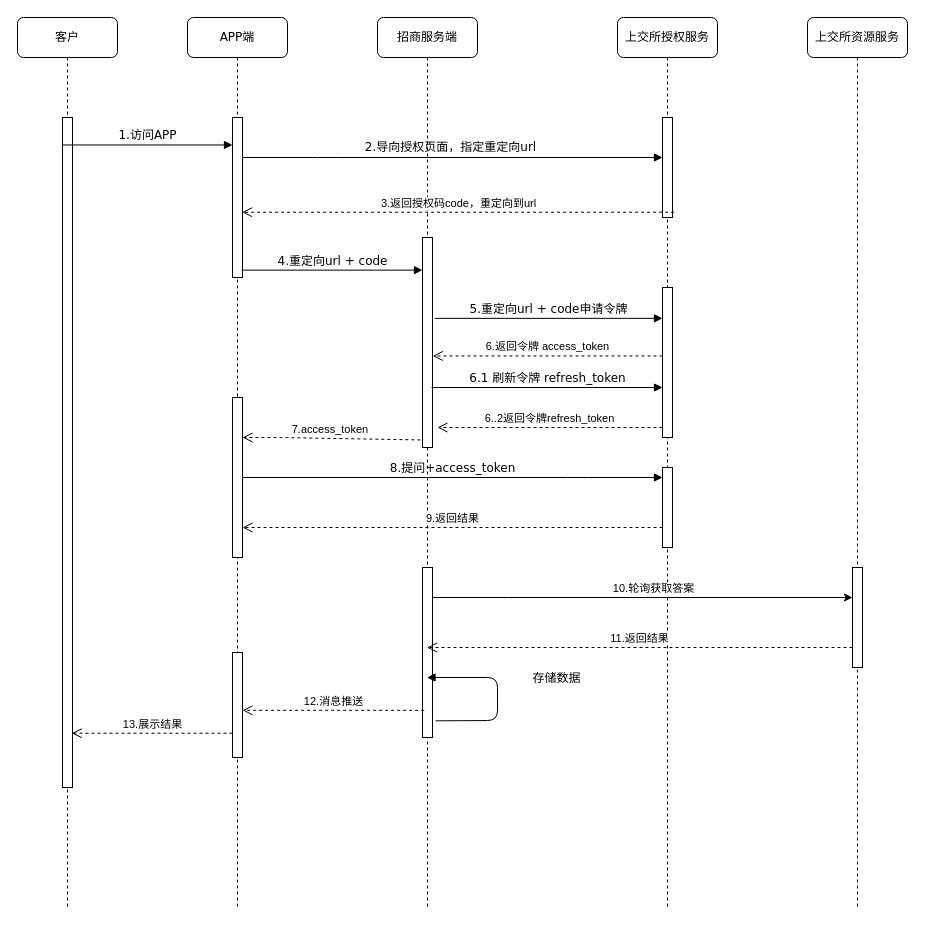
Above: auth2.drawio in jlwuleo/test-blog (draw.io), before the change. Source tidied: cells renumbered, new cells numbered last; positions are measured from the earlier drawing's top-left corner, leaving out a move shared by most shapes. Both pictures are drawn from the tidied source at 100%, with x=0, y=0 at pixel (17, 17).
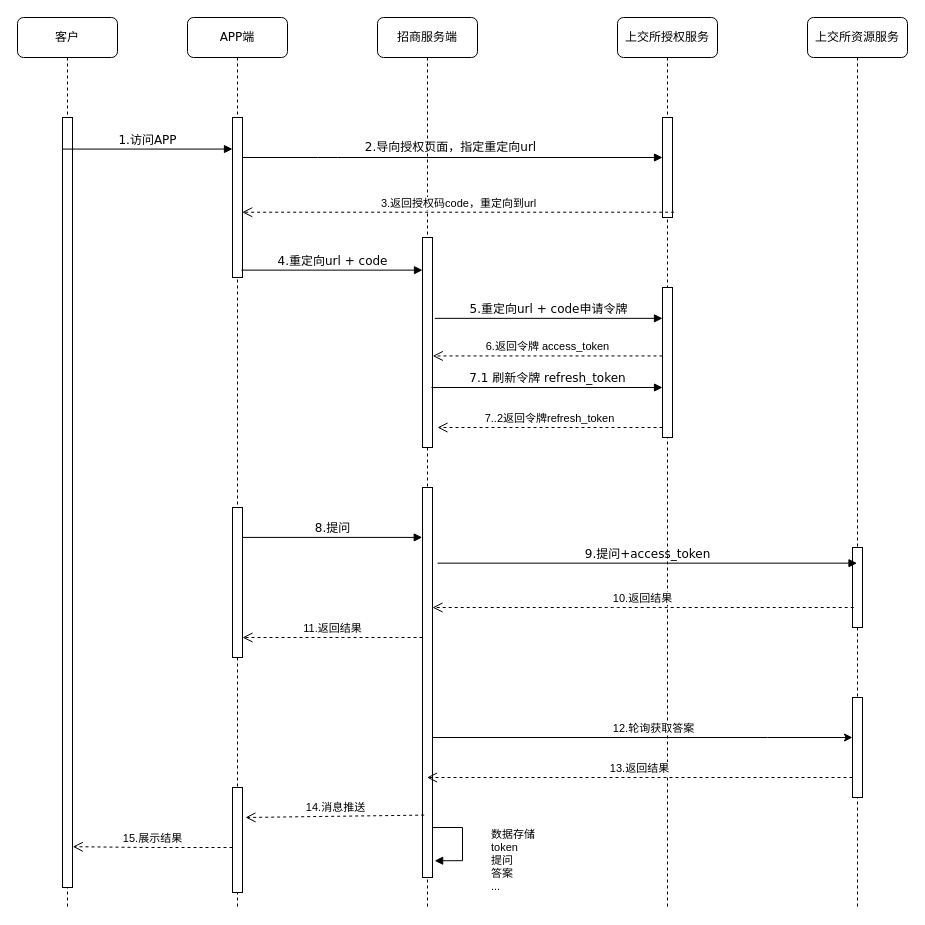
The same diagram, later.

Unchanged cells that the change refers to:
```xml
<mxCell id="2" value="APP端" style="shape=umlLifeline;perimeter=lifelinePerimeter;whiteSpace=wrap;html=1;rounded=1;shadow=0;comic=0;labelBackgroundColor=none;strokeWidth=1;fontFamily=Verdana;fontSize=12;align=center;" parent="1" vertex="1">
  <mxGeometry x="170" width="100" height="890" as="geometry" />
</mxCell>
<mxCell id="5" value="招商服务端" style="shape=umlLifeline;perimeter=lifelinePerimeter;whiteSpace=wrap;html=1;outlineConnect=0;rounded=1;shadow=0;comic=0;labelBackgroundColor=none;strokeWidth=1;fontFamily=Verdana;fontSize=12;align=center;" parent="1" vertex="1">
  <mxGeometry x="360" width="100" height="890" as="geometry" />
</mxCell>
<mxCell id="6" style="html=1;points=[];perimeter=orthogonalPerimeter;rounded=0;shadow=0;comic=0;labelBackgroundColor=none;strokeWidth=1;fontFamily=Verdana;fontSize=12;align=center;" parent="5" vertex="1">
  <mxGeometry x="45" y="220" width="10" height="210" as="geometry" />
</mxCell>
<mxCell id="9" value="上交所授权服务" style="shape=umlLifeline;perimeter=lifelinePerimeter;whiteSpace=wrap;html=1;rounded=1;shadow=0;comic=0;labelBackgroundColor=none;strokeWidth=1;fontFamily=Verdana;fontSize=12;align=center;" parent="1" vertex="1">
  <mxGeometry x="600" width="100" height="890" as="geometry" />
</mxCell>
<mxCell id="11" style="html=1;points=[];perimeter=orthogonalPerimeter;rounded=0;shadow=0;comic=0;labelBackgroundColor=none;strokeWidth=1;fontFamily=Verdana;fontSize=12;align=center;" parent="9" vertex="1">
  <mxGeometry x="45" y="270" width="10" height="150" as="geometry" />
</mxCell>
<mxCell id="13" value="上交所资源服务" style="shape=umlLifeline;perimeter=lifelinePerimeter;whiteSpace=wrap;html=1;outlineConnect=0;rounded=1;shadow=0;comic=0;labelBackgroundColor=none;strokeWidth=1;fontFamily=Verdana;fontSize=12;align=center;" parent="1" vertex="1">
  <mxGeometry x="790" width="100" height="890" as="geometry" />
</mxCell>
<mxCell id="15" value="客户" style="shape=umlLifeline;perimeter=lifelinePerimeter;whiteSpace=wrap;html=1;rounded=1;shadow=0;comic=0;labelBackgroundColor=none;strokeWidth=1;fontFamily=Verdana;fontSize=12;align=center;" parent="1" vertex="1">
  <mxGeometry width="100" height="890" as="geometry" />
</mxCell>
```

Change to the diagram source:
```diff
@@
     <mxCell id="4" style="html=1;points=[];perimeter=orthogonalPerimeter;rounded=0;shadow=0;comic=0;labelBackgroundColor=none;strokeWidth=1;fontFamily=Verdana;fontSize=12;align=center;" parent="2" vertex="1">
-      <mxGeometry x="45" y="380" width="10" height="160" as="geometry" />
+      <mxGeometry x="45" y="490" width="10" height="150" as="geometry" />
     </mxCell>
+    <mxCell id="30" style="html=1;points=[];perimeter=orthogonalPerimeter;rounded=0;shadow=0;comic=0;labelBackgroundColor=none;strokeWidth=1;fontFamily=Verdana;fontSize=12;align=center;" parent="2" vertex="1">
+      <mxGeometry x="45" y="770" width="10" height="105" as="geometry" />
+    </mxCell>
@@
     <mxCell id="7" style="html=1;points=[];perimeter=orthogonalPerimeter;rounded=0;shadow=0;comic=0;labelBackgroundColor=none;strokeWidth=1;fontFamily=Verdana;fontSize=12;align=center;" parent="5" vertex="1">
-      <mxGeometry x="45" y="550" width="10" height="170" as="geometry" />
+      <mxGeometry x="45" y="470" width="10" height="390" as="geometry" />
     </mxCell>
-    <mxCell id="8" value="存储数据" style="html=1;verticalAlign=bottom;endArrow=block;labelBackgroundColor=none;fontFamily=Verdana;fontSize=12;exitX=1.31;exitY=0.902;exitDx=0;exitDy=0;exitPerimeter=0;" parent="5" edge="1" source="7" target="5">
-      <mxGeometry x="-0.3" y="30" relative="1" as="geometry">
-        <Array as="points">
-          <mxPoint x="120" y="703" />
-          <mxPoint x="120" y="660" />
-        </Array>
-        <mxPoint x="60" y="-3" as="offset" />
-      </mxGeometry>
-    </mxCell>
+    <mxCell id="34" value="数据存储&lt;br&gt;token&lt;br&gt;提问&lt;br&gt;答案&lt;br&gt;..." style="edgeStyle=orthogonalEdgeStyle;html=1;align=left;spacingLeft=2;endArrow=block;rounded=0;entryX=1.214;entryY=0.957;entryDx=0;entryDy=0;entryPerimeter=0;" parent="5" edge="1" source="7" target="7">
+      <mxGeometry x="0.39" y="25" relative="1" as="geometry">
+        <Array as="points">
+          <mxPoint x="85" y="810" />
+          <mxPoint x="85" y="843" />
+        </Array>
+        <mxPoint x="25" y="-25" as="offset" />
+      </mxGeometry>
+    </mxCell>
@@
-    <mxCell id="12" style="html=1;points=[];perimeter=orthogonalPerimeter;rounded=0;shadow=0;comic=0;labelBackgroundColor=none;strokeWidth=1;fontFamily=Verdana;fontSize=12;align=center;" parent="9" vertex="1">
-      <mxGeometry x="45" y="450" width="10" height="80" as="geometry" />
-    </mxCell>
@@
     <mxCell id="14" style="html=1;points=[];perimeter=orthogonalPerimeter;rounded=0;shadow=0;comic=0;labelBackgroundColor=none;strokeWidth=1;fontFamily=Verdana;fontSize=12;align=center;" parent="13" vertex="1">
-      <mxGeometry x="45" y="550" width="10" height="100" as="geometry" />
+      <mxGeometry x="45" y="680" width="10" height="100" as="geometry" />
     </mxCell>
+    <mxCell id="35" style="html=1;points=[];perimeter=orthogonalPerimeter;" parent="13" vertex="1">
+      <mxGeometry x="45" y="530" width="10" height="80" as="geometry" />
+    </mxCell>
@@
     <mxCell id="16" style="html=1;points=[];perimeter=orthogonalPerimeter;rounded=0;shadow=0;comic=0;labelBackgroundColor=none;strokeWidth=1;fontFamily=Verdana;fontSize=12;align=center;" parent="15" vertex="1">
-      <mxGeometry x="45" y="100" width="10" height="670" as="geometry" />
+      <mxGeometry x="45" y="100" width="10" height="770" as="geometry" />
     </mxCell>
@@
-    <mxCell id="23" value="7.access_token&amp;nbsp;" style="html=1;verticalAlign=bottom;endArrow=open;dashed=1;endSize=8;exitX=-0.214;exitY=0.964;exitDx=0;exitDy=0;exitPerimeter=0;" parent="1" edge="1" source="6" target="4">
-      <mxGeometry relative="1" as="geometry">
-        <Array as="points">
-          <mxPoint x="260" y="420" />
-        </Array>
-      </mxGeometry>
-    </mxCell>
-    <mxCell id="24" value="8.提问+access_token" style="html=1;verticalAlign=bottom;endArrow=block;labelBackgroundColor=none;fontFamily=Verdana;fontSize=12;" parent="1" edge="1" source="4" target="12">
-      <mxGeometry relative="1" as="geometry">
-        <Array as="points">
-          <mxPoint x="560" y="460" />
-        </Array>
-      </mxGeometry>
+    <mxCell id="24" value="8.提问" style="html=1;verticalAlign=bottom;endArrow=block;labelBackgroundColor=none;fontFamily=Verdana;fontSize=12;entryX=-0.024;entryY=0.128;entryDx=0;entryDy=0;entryPerimeter=0;" parent="1" edge="1" source="4" target="7">
+      <mxGeometry relative="1" as="geometry" />
     </mxCell>
-    <mxCell id="25" value="9.返回结果" style="html=1;verticalAlign=bottom;endArrow=open;dashed=1;endSize=8;" parent="1" edge="1" source="12" target="4">
+    <mxCell id="25" value="11.返回结果" style="html=1;verticalAlign=bottom;endArrow=open;dashed=1;endSize=8;" parent="1" edge="1" source="7" target="4">
       <mxGeometry relative="1" as="geometry">
         <Array as="points">
-          <mxPoint x="395" y="510" />
+          <mxPoint x="370" y="620" />
         </Array>
       </mxGeometry>
     </mxCell>
     <mxCell id="26" style="edgeStyle=orthogonalEdgeStyle;rounded=0;jettySize=auto;html=1;" parent="1" edge="1" source="7" target="14">
       <mxGeometry relative="1" as="geometry">
         <Array as="points">
-          <mxPoint x="490" y="580" />
-          <mxPoint x="490" y="580" />
+          <mxPoint x="750" y="720" />
+          <mxPoint x="750" y="720" />
         </Array>
       </mxGeometry>
     </mxCell>
-    <mxCell id="27" value="10.轮询获取答案" style="edgeLabel;html=1;align=center;verticalAlign=middle;" parent="26" vertex="1">
+    <mxCell id="27" value="12.轮询获取答案" style="edgeLabel;html=1;align=center;verticalAlign=middle;" parent="26" vertex="1">
       <mxGeometry x="0.1" relative="1" as="geometry">
         <mxPoint x="-11" y="-10" as="offset" />
       </mxGeometry>
     </mxCell>
-    <mxCell id="28" value="11.返回结果" style="html=1;verticalAlign=bottom;endArrow=open;dashed=1;endSize=8;" parent="1" edge="1" source="14" target="5">
+    <mxCell id="28" value="13.返回结果" style="html=1;verticalAlign=bottom;endArrow=open;dashed=1;endSize=8;" parent="1" edge="1" source="14" target="5">
       <mxGeometry relative="1" as="geometry">
         <Array as="points">
-          <mxPoint x="540" y="630" />
+          <mxPoint x="750" y="760" />
         </Array>
       </mxGeometry>
     </mxCell>
-    <mxCell id="29" value="13.展示结果" style="html=1;verticalAlign=bottom;endArrow=open;dashed=1;endSize=8;entryX=0.929;entryY=0.919;entryDx=0;entryDy=0;entryPerimeter=0;" parent="1" edge="1" source="30" target="16">
-      <mxGeometry relative="1" as="geometry" />
+    <mxCell id="29" value="15.展示结果" style="html=1;verticalAlign=bottom;endArrow=open;dashed=1;endSize=8;entryX=1.024;entryY=0.947;entryDx=0;entryDy=0;entryPerimeter=0;" parent="1" edge="1" source="30" target="16">
+      <mxGeometry relative="1" as="geometry">
+        <Array as="points">
+          <mxPoint x="130" y="830" />
+        </Array>
+      </mxGeometry>
     </mxCell>
-    <mxCell id="30" style="html=1;points=[];perimeter=orthogonalPerimeter;rounded=0;shadow=0;comic=0;labelBackgroundColor=none;strokeWidth=1;fontFamily=Verdana;fontSize=12;align=center;" parent="1" vertex="1">
-      <mxGeometry x="215" y="635" width="10" height="105" as="geometry" />
-    </mxCell>
-    <mxCell id="31" value="12.消息推送" style="html=1;verticalAlign=bottom;endArrow=open;dashed=1;endSize=8;exitX=0.167;exitY=0.84;exitDx=0;exitDy=0;exitPerimeter=0;" parent="1" edge="1" source="7" target="30">
-      <mxGeometry relative="1" as="geometry" />
+    <mxCell id="31" value="14.消息推送" style="html=1;verticalAlign=bottom;endArrow=open;dashed=1;endSize=8;exitX=0.167;exitY=0.84;exitDx=0;exitDy=0;exitPerimeter=0;" parent="1" edge="1" source="7">
+      <mxGeometry relative="1" as="geometry">
+        <mxPoint x="228" y="800" as="targetPoint" />
+      </mxGeometry>
     </mxCell>
-    <mxCell id="32" value="6.1 刷新令牌 refresh_token" style="html=1;verticalAlign=bottom;endArrow=block;labelBackgroundColor=none;fontFamily=Verdana;fontSize=12;" parent="1" edge="1" target="11">
+    <mxCell id="32" value="7.1 刷新令牌 refresh_token" style="html=1;verticalAlign=bottom;endArrow=block;labelBackgroundColor=none;fontFamily=Verdana;fontSize=12;" parent="1" edge="1" target="11">
       <mxGeometry relative="1" as="geometry">
         <mxPoint x="414" y="370" as="sourcePoint" />
       </mxGeometry>
     </mxCell>
-    <mxCell id="33" value="6..2返回令牌refresh_token" style="html=1;verticalAlign=bottom;endArrow=open;dashed=1;endSize=8;entryX=1.024;entryY=0.564;entryDx=0;entryDy=0;entryPerimeter=0;" parent="1" edge="1" source="11">
+    <mxCell id="33" value="7..2返回令牌refresh_token" style="html=1;verticalAlign=bottom;endArrow=open;dashed=1;endSize=8;entryX=1.024;entryY=0.564;entryDx=0;entryDy=0;entryPerimeter=0;" parent="1" edge="1" source="11">
       <mxGeometry relative="1" as="geometry">
         <mxPoint x="420" y="410" as="targetPoint" />
       </mxGeometry>
     </mxCell>
+    <mxCell id="36" value="9.提问+access_token" style="html=1;verticalAlign=bottom;endArrow=block;labelBackgroundColor=none;fontFamily=Verdana;fontSize=12;exitX=1.5;exitY=0.194;exitDx=0;exitDy=0;exitPerimeter=0;" parent="1" edge="1" source="7" target="13">
+      <mxGeometry relative="1" as="geometry" />
+    </mxCell>
+    <mxCell id="37" value="10.返回结果" style="html=1;verticalAlign=bottom;endArrow=open;dashed=1;endSize=8;exitX=0.119;exitY=0.75;exitDx=0;exitDy=0;exitPerimeter=0;" parent="1" edge="1" source="35" target="7">
+      <mxGeometry relative="1" as="geometry">
+        <Array as="points">
+          <mxPoint x="590" y="590" />
+        </Array>
+      </mxGeometry>
+    </mxCell>
```
